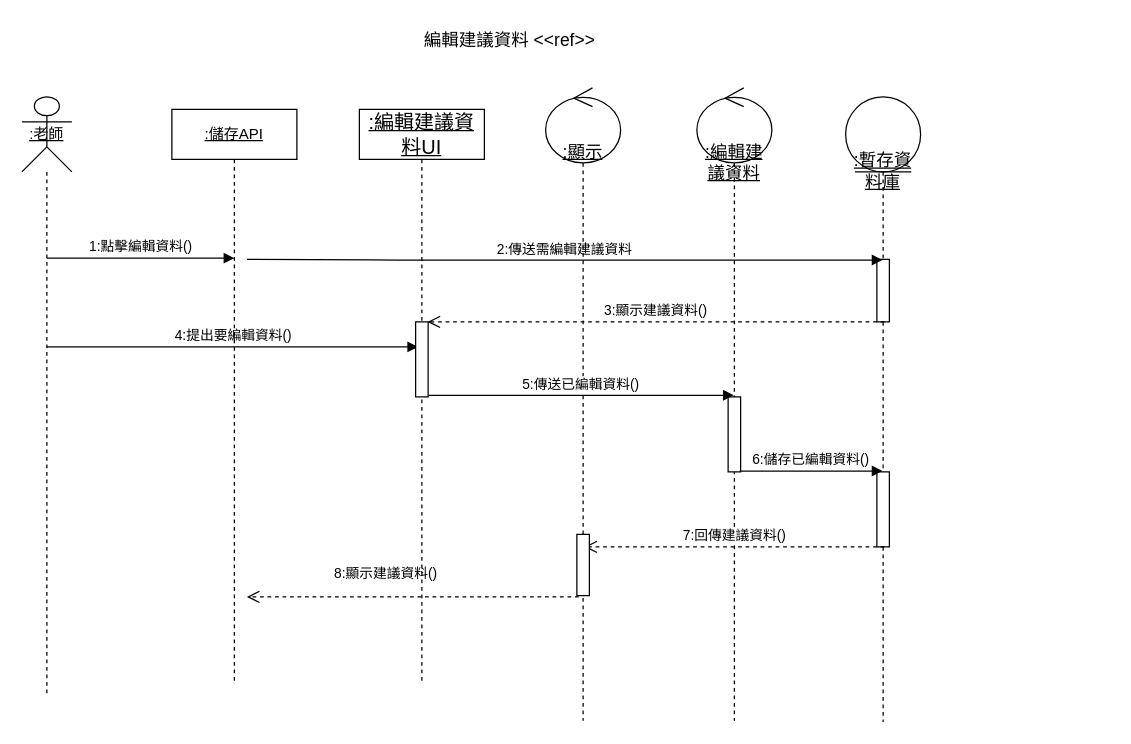
The draw.io diagram 循序圖(編輯建議備課資料).drawio in Kevincheng0804/System-analysis, before the edit. Source tidied: cells renumbered, new cells numbered last; positions are measured from the earlier drawing's top-left corner, leaving out a move shared by most shapes. Both pictures are drawn from the tidied source at 125%, with x=0, y=0 at pixel (21, 21).
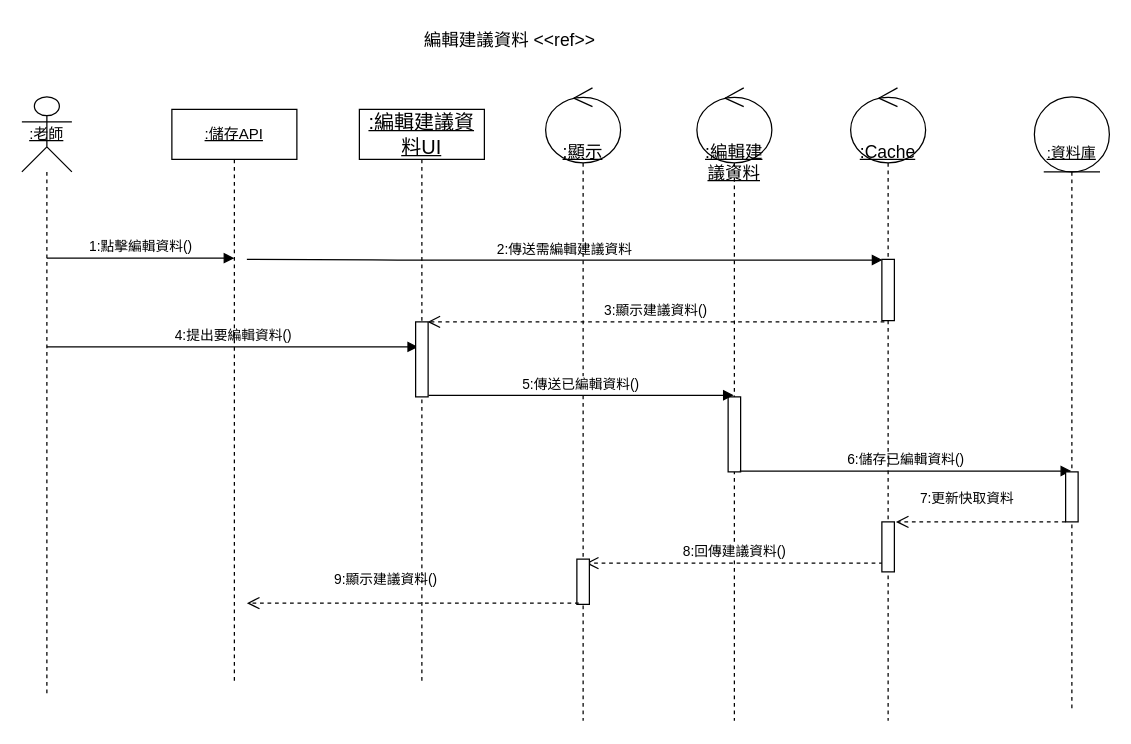
Above is the later version.

Commit message:
更新循序圖(編輯建議備課資料).drawio

Unchanged cells that the change refers to:
```xml
<mxCell id="11" value="&lt;u&gt;:顯示&lt;/u&gt;" style="shape=umlLifeline;participant=umlControl;perimeter=lifelinePerimeter;whiteSpace=wrap;html=1;verticalAlign=top;spacingTop=36;fontSize=14;size=60;align=center;" parent="1" vertex="1">
  <mxGeometry x="419" y="52.8" width="60" height="506.2" as="geometry" />
</mxCell>
```

Change to the diagram source:
```diff
@@
-    <mxCell id="2" value="&lt;u&gt;:暫存資料庫&lt;/u&gt;" style="shape=umlLifeline;participant=umlEntity;perimeter=lifelinePerimeter;whiteSpace=wrap;html=1;verticalAlign=top;spacingTop=36;outlineConnect=0;fontSize=14;size=60;" parent="1" vertex="1">
-      <mxGeometry x="659" y="60" width="60" height="500" as="geometry" />
-    </mxCell>
-    <mxCell id="3" style="html=1;perimeter=orthogonalPerimeter;" parent="2" vertex="1">
-      <mxGeometry x="25" y="300" width="10" height="60" as="geometry" />
-    </mxCell>
-    <mxCell id="4" style="html=1;perimeter=orthogonalPerimeter;" parent="2" vertex="1">
-      <mxGeometry x="25" y="130" width="10" height="50" as="geometry" />
-    </mxCell>
@@
-    <mxCell id="7" value="2:傳送需編輯建議資料" style="html=1;verticalAlign=bottom;startArrow=none;startFill=0;endArrow=block;startSize=8;" parent="1" edge="1" target="2">
+    <mxCell id="7" value="2:傳送需編輯建議資料" style="html=1;verticalAlign=bottom;startArrow=none;startFill=0;endArrow=block;startSize=8;" parent="1" edge="1">
       <mxGeometry relative="1" as="geometry">
         <mxPoint x="180" y="190" as="sourcePoint" />
+        <mxPoint x="688.5" y="190.5" as="targetPoint" />
         <Array as="points">
           <mxPoint x="290.5" y="190.5" />
         </Array>
       </mxGeometry>
     </mxCell>
-    <mxCell id="8" value="6:儲存已編輯資料()" style="html=1;verticalAlign=bottom;startArrow=none;startFill=0;endArrow=block;startSize=8;exitX=0.933;exitY=0.922;exitDx=0;exitDy=0;exitPerimeter=0;" parent="1" edge="1">
+    <mxCell id="8" value="6:儲存已編輯資料()" style="html=1;verticalAlign=bottom;startArrow=none;startFill=0;endArrow=block;startSize=8;exitX=0.933;exitY=0.922;exitDx=0;exitDy=0;exitPerimeter=0;" parent="1" edge="1" target="25">
       <mxGeometry relative="1" as="geometry">
         <mxPoint x="574.3" y="359.3" as="sourcePoint" />
-        <mxPoint x="688.5" y="359.3" as="targetPoint" />
       </mxGeometry>
     </mxCell>
-    <mxCell id="9" value="7:回傳建議資料()" style="html=1;verticalAlign=bottom;endArrow=open;dashed=1;endSize=8;" parent="1" edge="1">
+    <mxCell id="9" value="8:回傳建議資料()" style="html=1;verticalAlign=bottom;endArrow=open;dashed=1;endSize=8;" parent="1" edge="1">
       <mxGeometry relative="1" as="geometry">
-        <mxPoint x="690" y="420" as="sourcePoint" />
-        <mxPoint x="450" y="420" as="targetPoint" />
+        <mxPoint x="688.8" y="433" as="sourcePoint" />
+        <mxPoint x="451.2" y="433" as="targetPoint" />
         <Array as="points">
-          <mxPoint x="496.5" y="420" />
+          <mxPoint x="497.8" y="433" />
         </Array>
       </mxGeometry>
     </mxCell>
@@
     <mxCell id="12" style="html=1;perimeter=orthogonalPerimeter;" parent="11" vertex="1">
-      <mxGeometry x="25" y="357.2" width="10" height="49" as="geometry" />
+      <mxGeometry x="25" y="377" width="10" height="36.2" as="geometry" />
     </mxCell>
@@
-    <mxCell id="14" value="8:顯示建議資料()" style="html=1;verticalAlign=bottom;endArrow=open;dashed=1;endSize=8;" parent="1" edge="1">
+    <mxCell id="14" value="9:顯示建議資料()" style="html=1;verticalAlign=bottom;endArrow=open;dashed=1;endSize=8;" parent="1" edge="1">
       <mxGeometry x="0.17" y="-10" relative="1" as="geometry">
-        <mxPoint x="445.5" y="460" as="sourcePoint" />
-        <mxPoint x="180" y="460" as="targetPoint" />
+        <mxPoint x="445.5" y="465" as="sourcePoint" />
+        <mxPoint x="180" y="465" as="targetPoint" />
         <Array as="points">
-          <mxPoint x="252" y="460" />
+          <mxPoint x="252" y="465" />
         </Array>
       </mxGeometry>
     </mxCell>
@@
+    <mxCell id="22" value="&lt;u&gt;:Cache&lt;/u&gt;" style="shape=umlLifeline;participant=umlControl;perimeter=lifelinePerimeter;whiteSpace=wrap;html=1;verticalAlign=top;spacingTop=36;fontSize=14;size=60;align=center;" parent="1" vertex="1">
+      <mxGeometry x="663" y="52.8" width="60" height="506.2" as="geometry" />
+    </mxCell>
+    <mxCell id="23" style="html=1;perimeter=orthogonalPerimeter;" parent="22" vertex="1">
+      <mxGeometry x="25" y="137.2" width="10" height="49" as="geometry" />
+    </mxCell>
+    <mxCell id="24" style="html=1;perimeter=orthogonalPerimeter;" parent="22" vertex="1">
+      <mxGeometry x="25" y="347.2" width="10" height="40" as="geometry" />
+    </mxCell>
+    <mxCell id="25" value="&lt;div&gt;&lt;u&gt;&lt;br&gt;&lt;/u&gt;&lt;/div&gt;&lt;u&gt;&lt;div&gt;&lt;u&gt;&lt;br&gt;&lt;/u&gt;&lt;/div&gt;:資料庫&lt;/u&gt;" style="shape=umlLifeline;perimeter=lifelinePerimeter;whiteSpace=wrap;html=1;outlineConnect=0;portConstraint=eastwest;newEdgeStyle={&quot;curved&quot;:0,&quot;rounded&quot;:0};participant=umlEntity;size=60;" parent="1" vertex="1">
+      <mxGeometry x="810" y="60" width="60" height="490" as="geometry" />
+    </mxCell>
+    <mxCell id="26" style="html=1;perimeter=orthogonalPerimeter;" parent="1" vertex="1">
+      <mxGeometry x="835" y="360" width="10" height="40" as="geometry" />
+    </mxCell>
+    <mxCell id="27" value="7:更新快取資料" style="html=1;verticalAlign=bottom;endArrow=open;dashed=1;endSize=8;" parent="1" edge="1">
+      <mxGeometry x="0.17" y="-10" relative="1" as="geometry">
+        <mxPoint x="835" y="400" as="sourcePoint" />
+        <mxPoint x="699.2" y="400" as="targetPoint" />
+      </mxGeometry>
+    </mxCell>
```
